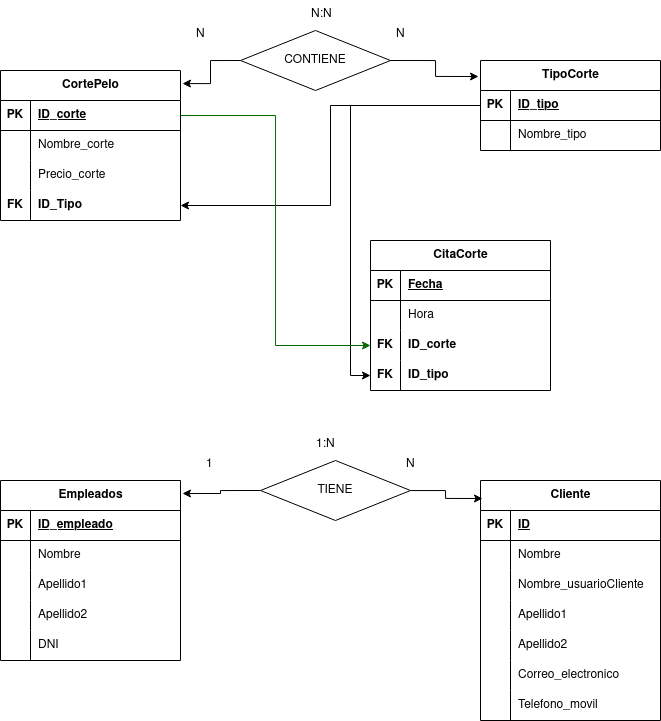
The draw.io diagram doc/entidad_relacion/DrawIO/Entidad-Relacion.png in Jorgeev27/Servicio-Peluqueria, before a commit. Source tidied: cells renumbered, new cells last; positions are measured from the earlier drawing's top-left corner, leaving out a move shared by most shapes.
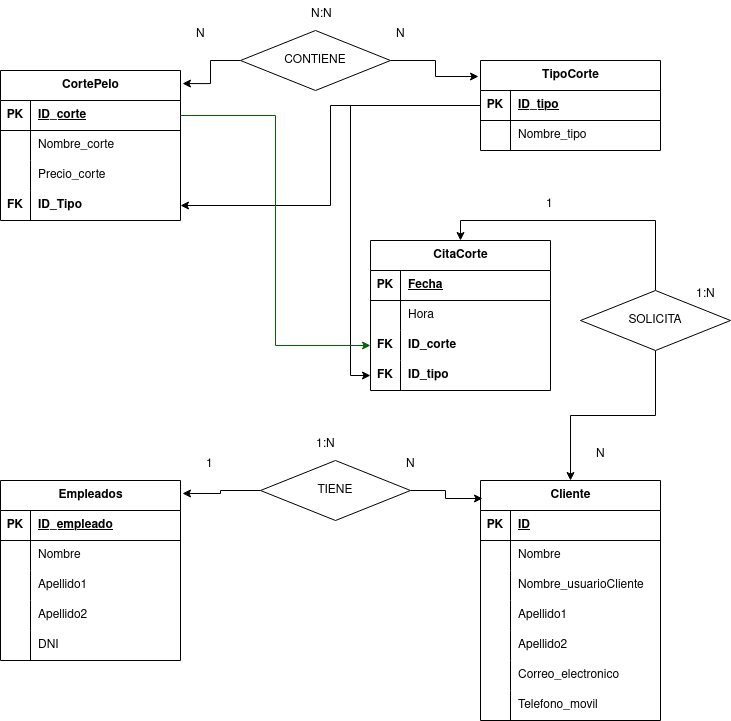
After the commit.

The edit, as a diff of the source:
```diff
@@ -260,5 +260,23 @@
     <mxCell id="87" value="N:N" style="text;strokeColor=none;fillColor=none;spacingLeft=4;spacingRight=4;overflow=hidden;fontSize=12;whiteSpace=wrap;html=1;" parent="1" vertex="1">
       <mxGeometry x="305" width="40" height="30" as="geometry" />
     </mxCell>
+    <mxCell id="88" style="edgeStyle=orthogonalEdgeStyle;rounded=0;jettySize=auto;html=1;exitX=0.5;exitY=0;exitDx=0;exitDy=0;entryX=0.5;entryY=0;entryDx=0;entryDy=0;" parent="1" edge="1" source="90" target="60">
+      <mxGeometry relative="1" as="geometry" />
+    </mxCell>
+    <mxCell id="89" style="edgeStyle=orthogonalEdgeStyle;rounded=0;jettySize=auto;html=1;exitX=0.5;exitY=1;exitDx=0;exitDy=0;entryX=0.5;entryY=0;entryDx=0;entryDy=0;" parent="1" edge="1" source="90" target="2">
+      <mxGeometry relative="1" as="geometry" />
+    </mxCell>
+    <mxCell id="90" value="SOLICITA" style="shape=rhombus;perimeter=rhombusPerimeter;whiteSpace=wrap;html=1;align=center;" parent="1" vertex="1">
+      <mxGeometry x="580" y="290" width="150" height="60" as="geometry" />
+    </mxCell>
+    <mxCell id="91" value="1" style="text;strokeColor=none;fillColor=none;spacingLeft=4;spacingRight=4;overflow=hidden;fontSize=12;whiteSpace=wrap;html=1;" parent="1" vertex="1">
+      <mxGeometry x="540" y="190" width="40" height="30" as="geometry" />
+    </mxCell>
+    <mxCell id="92" value="1:N" style="text;strokeColor=none;fillColor=none;spacingLeft=4;spacingRight=4;overflow=hidden;fontSize=12;whiteSpace=wrap;html=1;" parent="1" vertex="1">
+      <mxGeometry x="690" y="280" width="40" height="30" as="geometry" />
+    </mxCell>
+    <mxCell id="93" value="N" style="text;strokeColor=none;fillColor=none;spacingLeft=4;spacingRight=4;overflow=hidden;fontSize=12;whiteSpace=wrap;html=1;" parent="1" vertex="1">
+      <mxGeometry x="590" y="440" width="40" height="30" as="geometry" />
+    </mxCell>
   </root>
 </mxGraphModel>
```
